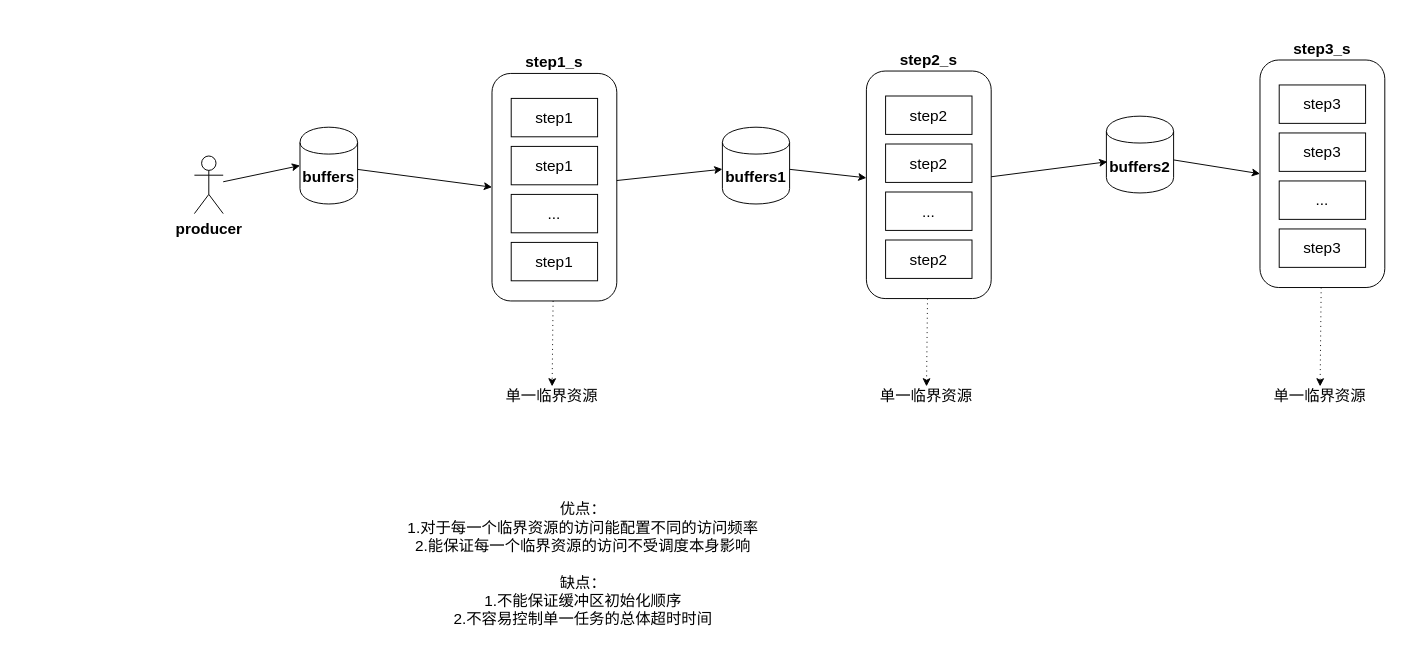
Above: page "consumer2" (2 of 6) of consumer_model.drawio in chenlei87/utils (draw.io), before the change. Source tidied: cells renumbered, new cells numbered last; positions are measured from the earlier drawing's top-left corner, leaving out a move shared by most shapes. Both pictures are drawn from the tidied source at 96%, with x=0, y=0 at pixel (194, 60).
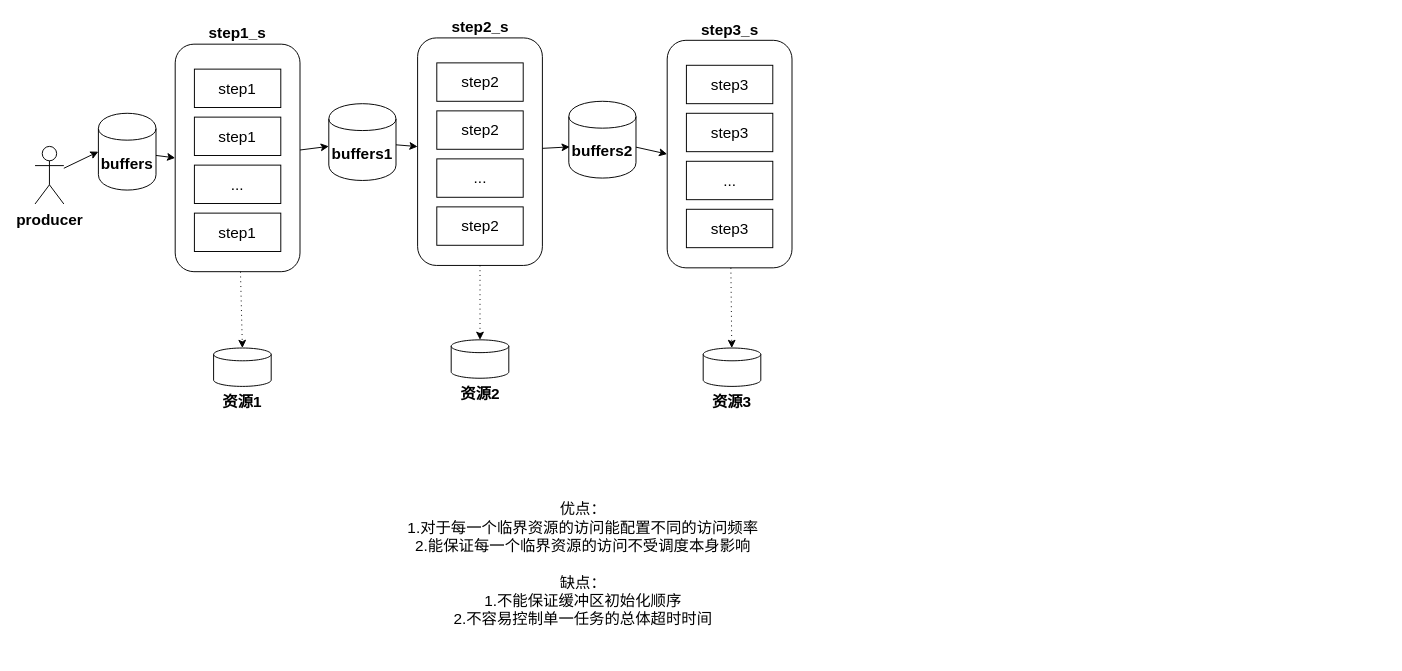
After the change.

Unchanged cells that the change refers to:
```xml
<mxCell id="7" value="step1_s" style="rounded=1;whiteSpace=wrap;html=1;fontSize=16;labelPosition=center;verticalLabelPosition=top;align=center;verticalAlign=bottom;fontStyle=1;" parent="6" vertex="1">
  <mxGeometry width="130" height="237" as="geometry" />
</mxCell>
<mxCell id="13" value="step2_s" style="rounded=1;whiteSpace=wrap;html=1;fontSize=16;labelPosition=center;verticalLabelPosition=top;align=center;verticalAlign=bottom;fontStyle=1;" parent="12" vertex="1">
  <mxGeometry width="130" height="237" as="geometry" />
</mxCell>
<mxCell id="21" value="step3_s" style="rounded=1;whiteSpace=wrap;html=1;fontSize=16;labelPosition=center;verticalLabelPosition=top;align=center;verticalAlign=bottom;fontStyle=1;" parent="20" vertex="1">
  <mxGeometry width="130" height="237" as="geometry" />
</mxCell>
```

Change to the diagram source:
```diff
@@
     <mxCell id="3" value="buffers" style="shape=cylinder;whiteSpace=wrap;html=1;boundedLbl=1;backgroundOutline=1;fontStyle=1;fontSize=16;" parent="1" vertex="1">
-      <mxGeometry x="110" y="70" width="60" height="80" as="geometry" />
+      <mxGeometry x="-100" y="55.5" width="60" height="80" as="geometry" />
     </mxCell>
@@
     <mxCell id="5" value="producer&lt;br style=&quot;font-size: 16px;&quot;&gt;" style="shape=umlActor;verticalLabelPosition=bottom;labelBackgroundColor=#ffffff;verticalAlign=top;html=1;outlineConnect=0;fontStyle=1;fontSize=16;" parent="1" vertex="1">
-      <mxGeometry y="100" width="30" height="60" as="geometry" />
+      <mxGeometry x="-166" y="90" width="30" height="60" as="geometry" />
     </mxCell>
     <mxCell id="6" style="group;" parent="1" vertex="1">
-      <mxGeometry x="310" y="14" width="130" height="237" as="geometry" />
+      <mxGeometry x="-20" y="-16.5" width="130" height="237" as="geometry" />
     </mxCell>
@@
     <mxCell id="12" style="group;" parent="1" vertex="1">
-      <mxGeometry x="700" y="11.5" width="130" height="237" as="geometry" />
+      <mxGeometry x="232.5" y="-23" width="130" height="237" as="geometry" />
     </mxCell>
@@
     <mxCell id="19" value="buffers1" style="shape=cylinder;whiteSpace=wrap;html=1;boundedLbl=1;backgroundOutline=1;fontStyle=1;fontSize=16;" parent="1" vertex="1">
-      <mxGeometry x="550" y="70" width="70" height="80" as="geometry" />
+      <mxGeometry x="140" y="45.5" width="70" height="80" as="geometry" />
     </mxCell>
     <mxCell id="20" style="group;" parent="1" vertex="1">
-      <mxGeometry x="1110" width="130" height="237" as="geometry" />
+      <mxGeometry x="492.5" y="-20.5" width="130" height="237" as="geometry" />
     </mxCell>
@@
     <mxCell id="27" value="buffers2" style="shape=cylinder;whiteSpace=wrap;html=1;boundedLbl=1;backgroundOutline=1;fontStyle=1;fontSize=16;" parent="1" vertex="1">
-      <mxGeometry x="950" y="58.5" width="70" height="80" as="geometry" />
+      <mxGeometry x="390" y="43" width="70" height="80" as="geometry" />
     </mxCell>
@@
-    <mxCell id="30" value="单一临界资源" style="text;html=1;strokeColor=none;fillColor=none;align=center;verticalAlign=middle;whiteSpace=wrap;rounded=0;fontSize=16;" parent="1" vertex="1">
-      <mxGeometry x="310" y="340" width="125" height="20" as="geometry" />
-    </mxCell>
-    <mxCell id="31" value="单一临界资源" style="text;html=1;strokeColor=none;fillColor=none;align=center;verticalAlign=middle;whiteSpace=wrap;rounded=0;fontSize=16;" parent="1" vertex="1">
-      <mxGeometry x="700" y="340" width="125" height="20" as="geometry" />
-    </mxCell>
-    <mxCell id="32" value="单一临界资源" style="text;html=1;strokeColor=none;fillColor=none;align=center;verticalAlign=middle;whiteSpace=wrap;rounded=0;fontSize=16;" parent="1" vertex="1">
-      <mxGeometry x="1110" y="340" width="125" height="20" as="geometry" />
-    </mxCell>
-    <mxCell id="33" style="edgeStyle=none;rounded=0;jettySize=auto;html=1;fontSize=16;dashed=1;dashPattern=1 4;" parent="1" edge="1" source="7" target="30">
+    <mxCell id="33" style="edgeStyle=none;rounded=0;jettySize=auto;html=1;fontSize=16;dashed=1;dashPattern=1 4;entryX=0.5;entryY=0;entryDx=0;entryDy=0;entryPerimeter=0;" parent="1" edge="1" source="7" target="37">
       <mxGeometry relative="1" as="geometry" />
     </mxCell>
-    <mxCell id="34" style="edgeStyle=none;rounded=0;jettySize=auto;html=1;fontSize=16;dashed=1;dashPattern=1 4;" parent="1" edge="1" source="13" target="31">
+    <mxCell id="34" style="edgeStyle=none;rounded=0;jettySize=auto;html=1;fontSize=16;dashed=1;dashPattern=1 4;entryX=0.5;entryY=0;entryDx=0;entryDy=0;entryPerimeter=0;" parent="1" edge="1" source="13" target="38">
       <mxGeometry relative="1" as="geometry" />
     </mxCell>
-    <mxCell id="35" style="edgeStyle=none;rounded=0;jettySize=auto;html=1;fontSize=16;dashed=1;dashPattern=1 4;" parent="1" edge="1" source="21" target="32">
+    <mxCell id="35" style="edgeStyle=none;rounded=0;jettySize=auto;html=1;fontSize=16;dashed=1;dashPattern=1 4;" parent="1" edge="1" source="21" target="39">
       <mxGeometry relative="1" as="geometry" />
     </mxCell>
@@
+    <mxCell id="37" value="资源1" style="strokeWidth=1;html=1;shape=mxgraph.flowchart.database;whiteSpace=wrap;fontSize=16;labelPosition=center;verticalLabelPosition=bottom;align=center;verticalAlign=top;fontStyle=1;strokeColor=#000000;" parent="1" vertex="1">
+      <mxGeometry x="20" y="300" width="60" height="40" as="geometry" />
+    </mxCell>
+    <mxCell id="38" value="资源2" style="strokeWidth=1;html=1;shape=mxgraph.flowchart.database;whiteSpace=wrap;fontSize=16;labelPosition=center;verticalLabelPosition=bottom;align=center;verticalAlign=top;fontStyle=1;strokeColor=#000000;" parent="1" vertex="1">
+      <mxGeometry x="267.5" y="291.5" width="60" height="40" as="geometry" />
+    </mxCell>
+    <mxCell id="39" value="资源3" style="strokeWidth=1;html=1;shape=mxgraph.flowchart.database;whiteSpace=wrap;fontSize=16;labelPosition=center;verticalLabelPosition=bottom;align=center;verticalAlign=top;fontStyle=1;strokeColor=#000000;" parent="1" vertex="1">
+      <mxGeometry x="530" y="300" width="60" height="40" as="geometry" />
+    </mxCell>
```
